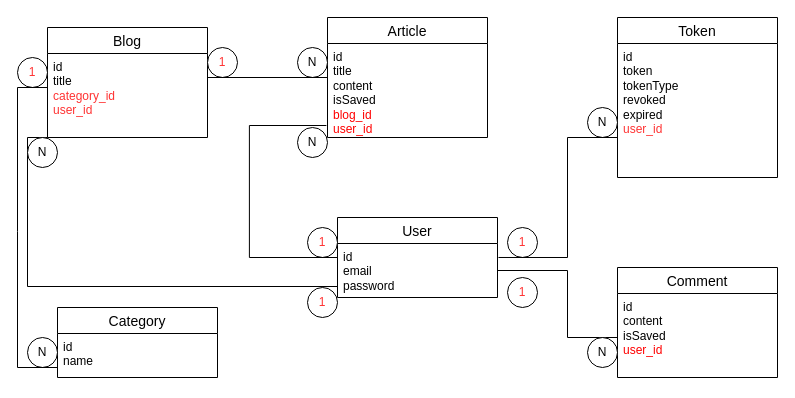
The draw.io diagram page "MLD" (1 of 9) of Diagramme sans nom.drawio in Ali0908/BDD_UML, before the edit. Source tidied: cells renumbered, new cells numbered last; positions are measured from the earlier drawing's top-left corner, leaving out a move shared by most shapes. Both pictures are drawn from the tidied source at 100%, with x=0, y=0 at pixel (17, 17).
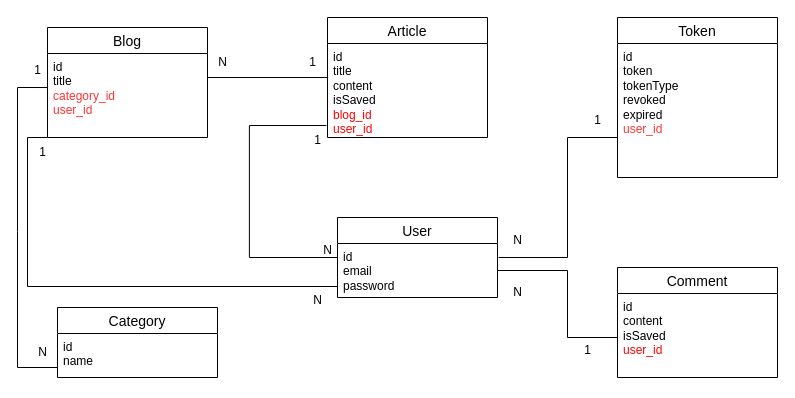
Above is the later version.

Change to the diagram source:
```diff
@@
-    <mxCell id="14" value="&lt;font color=&quot;#ff3333&quot;&gt;1&lt;/font&gt;" style="ellipse;whiteSpace=wrap;html=1;" parent="1" vertex="1">
-      <mxGeometry x="290" y="210" width="30" height="30" as="geometry" />
-    </mxCell>
-    <mxCell id="15" value="&lt;font color=&quot;#ff3333&quot;&gt;1&lt;/font&gt;" style="ellipse;whiteSpace=wrap;html=1;" parent="1" vertex="1">
-      <mxGeometry x="290" y="270" width="30" height="30" as="geometry" />
-    </mxCell>
-    <mxCell id="16" value="N" style="ellipse;whiteSpace=wrap;html=1;" parent="1" vertex="1">
-      <mxGeometry x="280" y="30" width="30" height="30" as="geometry" />
-    </mxCell>
-    <mxCell id="17" value="N" style="ellipse;whiteSpace=wrap;html=1;" parent="1" vertex="1">
-      <mxGeometry x="280" y="110" width="30" height="30" as="geometry" />
-    </mxCell>
-    <mxCell id="18" value="&lt;font color=&quot;#ff3333&quot;&gt;1&lt;/font&gt;" style="ellipse;whiteSpace=wrap;html=1;" parent="1" vertex="1">
-      <mxGeometry x="490" y="210" width="30" height="30" as="geometry" />
-    </mxCell>
-    <mxCell id="19" value="&lt;font color=&quot;#ff3333&quot;&gt;1&lt;/font&gt;" style="ellipse;whiteSpace=wrap;html=1;" parent="1" vertex="1">
-      <mxGeometry x="490" y="260" width="30" height="30" as="geometry" />
-    </mxCell>
-    <mxCell id="20" value="N" style="ellipse;whiteSpace=wrap;html=1;" parent="1" vertex="1">
-      <mxGeometry x="570" y="90" width="30" height="30" as="geometry" />
-    </mxCell>
-    <mxCell id="21" value="&lt;font color=&quot;#ff3333&quot;&gt;1&lt;/font&gt;" style="ellipse;whiteSpace=wrap;html=1;" parent="1" vertex="1">
-      <mxGeometry y="40" width="30" height="30" as="geometry" />
-    </mxCell>
-    <mxCell id="22" value="&lt;font color=&quot;#ff3333&quot;&gt;1&lt;/font&gt;" style="ellipse;whiteSpace=wrap;html=1;" parent="1" vertex="1">
-      <mxGeometry x="190" y="30" width="30" height="30" as="geometry" />
-    </mxCell>
-    <mxCell id="23" value="N" style="ellipse;whiteSpace=wrap;html=1;" parent="1" vertex="1">
-      <mxGeometry x="10" y="320" width="30" height="30" as="geometry" />
-    </mxCell>
@@
-    <mxCell id="30" value="N" style="ellipse;whiteSpace=wrap;html=1;" parent="1" vertex="1">
-      <mxGeometry x="10" y="120" width="30" height="30" as="geometry" />
-    </mxCell>
-    <mxCell id="31" value="N" style="ellipse;whiteSpace=wrap;html=1;" parent="1" vertex="1">
-      <mxGeometry x="570" y="320" width="30" height="30" as="geometry" />
-    </mxCell>
+    <mxCell id="32" value="1" style="text;html=1;align=center;verticalAlign=middle;strokeColor=none;fillColor=none;" parent="1" vertex="1">
+      <mxGeometry x="285" y="108" width="30" height="30" as="geometry" />
+    </mxCell>
+    <mxCell id="33" value="N" style="text;html=1;align=center;verticalAlign=middle;strokeColor=none;fillColor=none;" parent="1" vertex="1">
+      <mxGeometry x="295" y="218" width="30" height="30" as="geometry" />
+    </mxCell>
+    <mxCell id="34" value="1" style="text;html=1;align=center;verticalAlign=middle;strokeColor=none;fillColor=none;" parent="1" vertex="1">
+      <mxGeometry x="10" y="120" width="30" height="30" as="geometry" />
+    </mxCell>
+    <mxCell id="35" value="N" style="text;html=1;align=center;verticalAlign=middle;strokeColor=none;fillColor=none;" parent="1" vertex="1">
+      <mxGeometry x="285" y="268" width="30" height="30" as="geometry" />
+    </mxCell>
+    <mxCell id="36" value="1" style="text;html=1;align=center;verticalAlign=middle;strokeColor=none;fillColor=none;" parent="1" vertex="1">
+      <mxGeometry x="5" y="38" width="30" height="30" as="geometry" />
+    </mxCell>
+    <mxCell id="37" value="N" style="text;html=1;align=center;verticalAlign=middle;strokeColor=none;fillColor=none;" parent="1" vertex="1">
+      <mxGeometry x="10" y="320" width="30" height="30" as="geometry" />
+    </mxCell>
+    <mxCell id="38" value="N" style="text;html=1;align=center;verticalAlign=middle;strokeColor=none;fillColor=none;" parent="1" vertex="1">
+      <mxGeometry x="190" y="30" width="30" height="30" as="geometry" />
+    </mxCell>
+    <mxCell id="39" value="1" style="text;html=1;align=center;verticalAlign=middle;strokeColor=none;fillColor=none;" parent="1" vertex="1">
+      <mxGeometry x="280" y="30" width="30" height="30" as="geometry" />
+    </mxCell>
+    <mxCell id="40" value="1" style="text;html=1;align=center;verticalAlign=middle;strokeColor=none;fillColor=none;" parent="1" vertex="1">
+      <mxGeometry x="565" y="88" width="30" height="30" as="geometry" />
+    </mxCell>
+    <mxCell id="41" value="N" style="text;html=1;align=center;verticalAlign=middle;strokeColor=none;fillColor=none;" parent="1" vertex="1">
+      <mxGeometry x="485" y="208" width="30" height="30" as="geometry" />
+    </mxCell>
+    <mxCell id="42" value="N" style="text;html=1;align=center;verticalAlign=middle;strokeColor=none;fillColor=none;" parent="1" vertex="1">
+      <mxGeometry x="485" y="260" width="30" height="30" as="geometry" />
+    </mxCell>
+    <mxCell id="43" value="1" style="text;html=1;align=center;verticalAlign=middle;strokeColor=none;fillColor=none;" parent="1" vertex="1">
+      <mxGeometry x="555" y="318" width="30" height="30" as="geometry" />
+    </mxCell>
```
